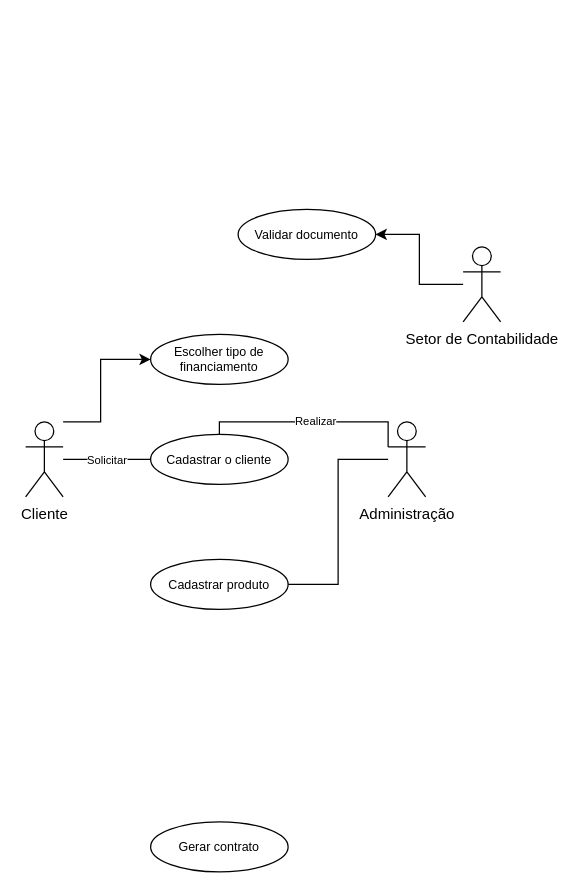
This is page "Page-1" (1 of 2) of Diagrama sem nome.drawio from SrilluminatiYT/Henrique, a draw.io file, before an edit. Source tidied: cells renumbered, new cells numbered last; positions are measured from the earlier drawing's top-left corner, leaving out a move shared by most shapes. Both pictures are drawn from the tidied source at 125%, with x=0, y=0 at pixel (25, 209).
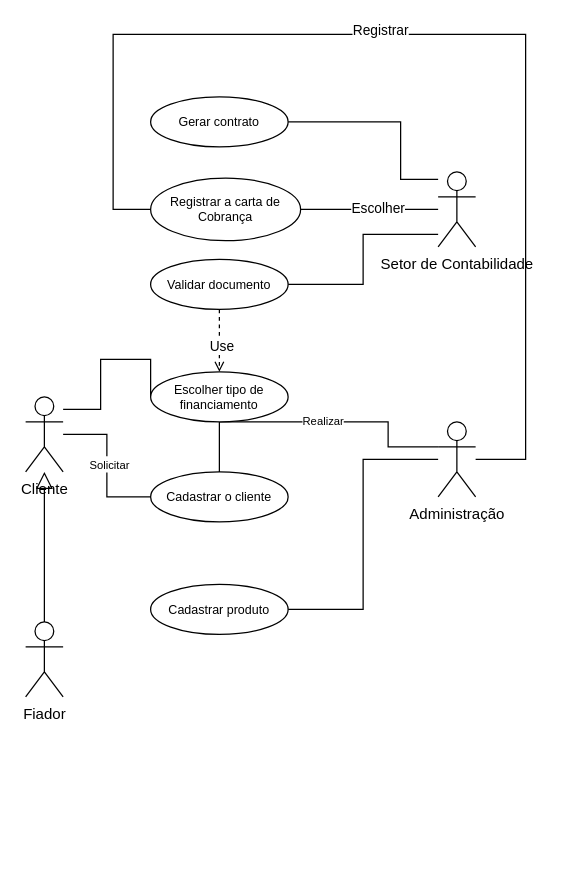
The same page after the edit.

What changed in the source:
```diff
@@
-    <mxCell id="4" style="edgeStyle=orthogonalEdgeStyle;rounded=0;jettySize=auto;html=1;entryX=0;entryY=0.5;entryDx=0;entryDy=0;" parent="1" edge="1" source="5" target="12">
+    <mxCell id="4" style="edgeStyle=orthogonalEdgeStyle;rounded=0;jettySize=auto;html=1;entryX=0;entryY=0.5;entryDx=0;entryDy=0;endArrow=none;endFill=0;" parent="1" edge="1" source="5" target="12">
       <mxGeometry relative="1" as="geometry">
         <Array as="points">
-          <mxPoint x="60" y="170" />
+          <mxPoint x="60" y="160" />
           <mxPoint x="60" y="120" />
         </Array>
       </mxGeometry>
     </mxCell>
     <mxCell id="5" value="Cliente" style="shape=umlActor;verticalLabelPosition=bottom;verticalAlign=top;html=1;outlineConnect=0;" parent="1" vertex="1">
-      <mxGeometry y="170" width="30" height="60" as="geometry" />
+      <mxGeometry y="150" width="30" height="60" as="geometry" />
     </mxCell>
@@
     <mxCell id="9" value="Administração" style="shape=umlActor;verticalLabelPosition=bottom;verticalAlign=top;html=1;" parent="1" vertex="1">
-      <mxGeometry x="290" y="170" width="30" height="60" as="geometry" />
+      <mxGeometry x="330" y="170" width="30" height="60" as="geometry" />
     </mxCell>
     <mxCell id="10" value="Cadastrar o cliente" style="ellipse;whiteSpace=wrap;html=1;fontSize=10;" parent="1" vertex="1">
-      <mxGeometry x="100" y="180" width="110" height="40" as="geometry" />
+      <mxGeometry x="100" y="210" width="110" height="40" as="geometry" />
     </mxCell>
     <mxCell id="11" value="Cadastrar produto" style="ellipse;whiteSpace=wrap;html=1;fontSize=10;" parent="1" vertex="1">
-      <mxGeometry x="100" y="280" width="110" height="40" as="geometry" />
+      <mxGeometry x="100" y="300" width="110" height="40" as="geometry" />
     </mxCell>
     <mxCell id="12" value="Escolher tipo de financiamento" style="ellipse;whiteSpace=wrap;html=1;fontSize=10;" parent="1" vertex="1">
-      <mxGeometry x="100" y="100" width="110" height="40" as="geometry" />
+      <mxGeometry x="100" y="130" width="110" height="40" as="geometry" />
     </mxCell>
+    <mxCell id="17" style="edgeStyle=orthogonalEdgeStyle;rounded=0;jettySize=auto;html=1;endArrow=none;endFill=0;" parent="1" edge="1" source="13" target="15">
+      <mxGeometry relative="1" as="geometry">
+        <Array as="points">
+          <mxPoint x="300" y="-70" />
+          <mxPoint x="300" y="-24" />
+        </Array>
+      </mxGeometry>
+    </mxCell>
     <mxCell id="13" value="Gerar contrato" style="ellipse;whiteSpace=wrap;html=1;fontSize=10;" parent="1" vertex="1">
-      <mxGeometry x="100" y="490" width="110" height="40" as="geometry" />
+      <mxGeometry x="100" y="-90" width="110" height="40" as="geometry" />
     </mxCell>
-    <mxCell id="14" style="edgeStyle=orthogonalEdgeStyle;rounded=0;jettySize=auto;html=1;" parent="1" edge="1" source="15" target="16">
-      <mxGeometry relative="1" as="geometry" />
+    <mxCell id="14" style="edgeStyle=orthogonalEdgeStyle;rounded=0;jettySize=auto;html=1;endArrow=none;endFill=0;entryX=1;entryY=0.5;entryDx=0;entryDy=0;" parent="1" edge="1" source="15" target="16">
+      <mxGeometry relative="1" as="geometry">
+        <Array as="points">
+          <mxPoint x="270" y="20" />
+          <mxPoint x="270" y="60" />
+        </Array>
+      </mxGeometry>
     </mxCell>
     <mxCell id="15" value="Setor de Contabilidade" style="shape=umlActor;verticalLabelPosition=bottom;verticalAlign=top;html=1;direction=east;flipV=0;flipH=0;" parent="1" vertex="1">
-      <mxGeometry x="350" y="30" width="30" height="60" as="geometry" />
+      <mxGeometry x="330" y="-30" width="30" height="60" as="geometry" />
     </mxCell>
+    <mxCell id="18" style="edgeStyle=orthogonalEdgeStyle;rounded=0;jettySize=auto;html=1;exitX=0.5;exitY=1;exitDx=0;exitDy=0;entryX=0.5;entryY=0;entryDx=0;entryDy=0;endArrow=open;endFill=0;dashed=1;" parent="1" edge="1" source="16" target="12">
+      <mxGeometry relative="1" as="geometry" />
+    </mxCell>
+    <mxCell id="19" value="Use" style="edgeLabel;html=1;align=center;verticalAlign=middle;" parent="18" vertex="1">
+      <mxGeometry x="0.15" y="1" relative="1" as="geometry" />
+    </mxCell>
     <mxCell id="16" value="Validar documento" style="ellipse;whiteSpace=wrap;html=1;fontSize=10;direction=east;flipV=0;flipH=0;" parent="1" vertex="1">
-      <mxGeometry x="170" width="110" height="40" as="geometry" />
+      <mxGeometry x="100" y="40" width="110" height="40" as="geometry" />
     </mxCell>
+    <mxCell id="20" style="edgeStyle=orthogonalEdgeStyle;rounded=0;jettySize=auto;html=1;endArrow=block;endFill=0;strokeWidth=1;endSize=11;" parent="1" edge="1" source="21" target="5">
+      <mxGeometry relative="1" as="geometry" />
+    </mxCell>
+    <mxCell id="21" value="Fiador" style="shape=umlActor;verticalLabelPosition=bottom;verticalAlign=top;html=1;outlineConnect=0;" parent="1" vertex="1">
+      <mxGeometry y="330" width="30" height="60" as="geometry" />
+    </mxCell>
+    <mxCell id="22" style="edgeStyle=orthogonalEdgeStyle;rounded=0;jettySize=auto;html=1;endArrow=none;endFill=0;exitX=0;exitY=0.5;exitDx=0;exitDy=0;" parent="1" edge="1" source="26" target="9">
+      <mxGeometry relative="1" as="geometry">
+        <Array as="points">
+          <mxPoint x="70" />
+          <mxPoint x="70" y="-140" />
+          <mxPoint x="400" y="-140" />
+          <mxPoint x="400" y="200" />
+        </Array>
+      </mxGeometry>
+    </mxCell>
+    <mxCell id="23" value="Registrar" style="edgeLabel;html=1;align=center;verticalAlign=middle;" parent="22" vertex="1">
+      <mxGeometry x="-0.13" y="4" relative="1" as="geometry" />
+    </mxCell>
+    <mxCell id="24" style="edgeStyle=orthogonalEdgeStyle;rounded=0;jettySize=auto;html=1;endArrow=none;endFill=0;" parent="1" edge="1" source="26" target="15">
+      <mxGeometry relative="1" as="geometry" />
+    </mxCell>
+    <mxCell id="25" value="Escolher" style="edgeLabel;html=1;align=center;verticalAlign=middle;" parent="24" vertex="1">
+      <mxGeometry x="0.1" y="2" relative="1" as="geometry" />
+    </mxCell>
+    <mxCell id="26" value="Registrar a carta de Cobrança" style="ellipse;whiteSpace=wrap;html=1;fontSize=10;" parent="1" vertex="1">
+      <mxGeometry x="100" y="-25" width="120" height="50" as="geometry" />
+    </mxCell>
```
